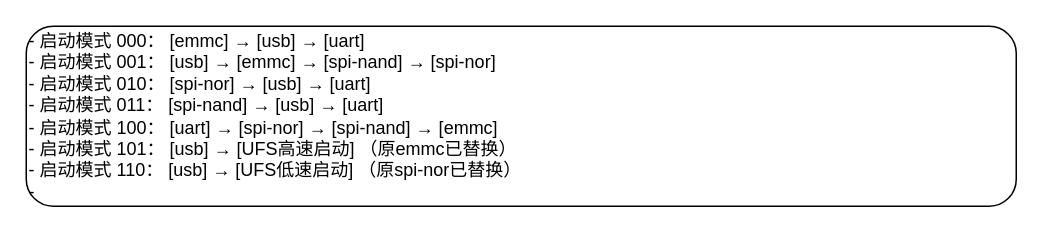
This is UFS启动.drawio from wdhgit/drawio, a draw.io file, before an edit. Source tidied: cells renumbered, new cells numbered last; positions are measured from the earlier drawing's top-left corner, leaving out a move shared by most shapes. Both pictures are drawn from the tidied source at 150%, with x=0, y=0 at pixel (26, 26).
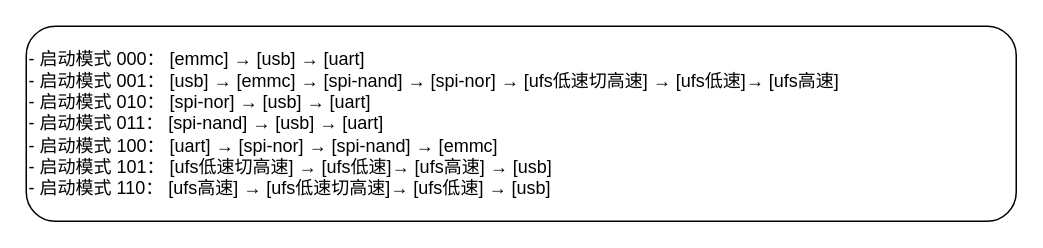
After the change.

What changed in the source:
```diff
@@
 <mxGraphModel>
   <root>
     <mxCell id="0" />
     <mxCell id="1" parent="0" />
-    <mxCell id="2" value="&lt;div&gt;-&amp;nbsp;&lt;span style=&quot;background-color: transparent; color: light-dark(rgb(0, 0, 0), rgb(255, 255, 255));&quot;&gt;启动模式&amp;nbsp;&lt;/span&gt;&lt;span style=&quot;background-color: transparent; color: light-dark(rgb(0, 0, 0), rgb(255, 255, 255));&quot;&gt;000： [emmc] → [usb] → [uart]&lt;/span&gt;&lt;/div&gt;&lt;div&gt;- 启动模式 001： [usb] → [emmc] → [spi-nand] → [spi-nor]&lt;/div&gt;&lt;div&gt;- 启动模式 010： [spi-nor] → [usb] → [uart]&lt;/div&gt;&lt;div&gt;- 启动模式 011： [spi-nand] → [usb] → [uart]&lt;/div&gt;&lt;div&gt;- 启动模式 100： [uart] → [spi-nor] → [spi-nand] → [emmc]&lt;/div&gt;&lt;div&gt;- 启动模式 101： [usb] → [UFS高速启动] （原emmc已替换）&lt;/div&gt;&lt;div&gt;- 启动模式 110： [usb] → [UFS低速启动] （原spi-nor已替换）&lt;/div&gt;&lt;div&gt;-&amp;nbsp;&lt;/div&gt;" style="rounded=1;whiteSpace=wrap;html=1;align=left;" parent="1" vertex="1">
-      <mxGeometry width="660" height="120" as="geometry" />
+    <mxCell id="2" value="&lt;div&gt;-&amp;nbsp;&lt;span style=&quot;background-color: transparent; color: light-dark(rgb(0, 0, 0), rgb(255, 255, 255));&quot;&gt;启动模式&amp;nbsp;&lt;/span&gt;&lt;span style=&quot;background-color: transparent; color: light-dark(rgb(0, 0, 0), rgb(255, 255, 255));&quot;&gt;000： [emmc] → [usb] → [uart]&lt;/span&gt;&lt;/div&gt;&lt;div&gt;- 启动模式 001： [usb] → [emmc] → [spi-nand] → [spi-nor]&amp;nbsp;&lt;span style=&quot;background-color: transparent; color: light-dark(rgb(0, 0, 0), rgb(255, 255, 255));&quot;&gt;→ [ufs低速切高速]&amp;nbsp;&lt;/span&gt;&lt;span style=&quot;background-color: transparent; color: light-dark(rgb(0, 0, 0), rgb(255, 255, 255));&quot;&gt;→ [ufs&lt;/span&gt;低&lt;span style=&quot;background-color: transparent; color: light-dark(rgb(0, 0, 0), rgb(255, 255, 255));&quot;&gt;速]&lt;/span&gt;&lt;span style=&quot;background-color: transparent; color: light-dark(rgb(0, 0, 0), rgb(255, 255, 255));&quot;&gt;→ [ufs高速]&lt;/span&gt;&lt;span style=&quot;background-color: transparent; color: light-dark(rgb(0, 0, 0), rgb(255, 255, 255));&quot;&gt;&amp;nbsp;&lt;/span&gt;&lt;/div&gt;&lt;div&gt;- 启动模式 010： [spi-nor] → [usb] → [uart]&lt;/div&gt;&lt;div&gt;- 启动模式 011： [spi-nand] → [usb] → [uart]&lt;/div&gt;&lt;div&gt;- 启动模式 100： [uart] → [spi-nor] → [spi-nand] → [emmc]&lt;/div&gt;&lt;div&gt;- 启动模式 101： [ufs低速切高速] &lt;span style=&quot;background-color: transparent; color: light-dark(rgb(0, 0, 0), rgb(255, 255, 255));&quot;&gt;→ [ufs&lt;/span&gt;低&lt;span style=&quot;background-color: transparent; color: light-dark(rgb(0, 0, 0), rgb(255, 255, 255));&quot;&gt;速]&lt;/span&gt;&lt;span style=&quot;background-color: transparent; color: light-dark(rgb(0, 0, 0), rgb(255, 255, 255));&quot;&gt;→ [ufs高速]&amp;nbsp;&lt;/span&gt;&lt;span style=&quot;background-color: transparent; color: light-dark(rgb(0, 0, 0), rgb(255, 255, 255));&quot;&gt;→&amp;nbsp;&lt;/span&gt;&lt;span style=&quot;background-color: transparent; color: light-dark(rgb(0, 0, 0), rgb(255, 255, 255));&quot;&gt;[usb]&lt;/span&gt;&lt;/div&gt;&lt;div&gt;- 启动模式 110：&amp;nbsp;&lt;span style=&quot;background-color: transparent; color: light-dark(rgb(0, 0, 0), rgb(255, 255, 255));&quot;&gt;[ufs高速]&lt;/span&gt;&lt;span style=&quot;background-color: transparent; color: light-dark(rgb(0, 0, 0), rgb(255, 255, 255));&quot;&gt; &lt;/span&gt;&lt;span style=&quot;background-color: transparent; color: light-dark(rgb(0, 0, 0), rgb(255, 255, 255));&quot;&gt;→ [ufs&lt;/span&gt;低&lt;span style=&quot;background-color: transparent; color: light-dark(rgb(0, 0, 0), rgb(255, 255, 255));&quot;&gt;速切高速]&lt;/span&gt;&lt;span style=&quot;background-color: transparent; color: light-dark(rgb(0, 0, 0), rgb(255, 255, 255));&quot;&gt;→ [ufs&lt;/span&gt;低&lt;span style=&quot;background-color: transparent; color: light-dark(rgb(0, 0, 0), rgb(255, 255, 255));&quot;&gt;速] &lt;/span&gt;&lt;span style=&quot;background-color: transparent; color: light-dark(rgb(0, 0, 0), rgb(255, 255, 255));&quot;&gt;→ &lt;/span&gt;&lt;span style=&quot;background-color: transparent; color: light-dark(rgb(0, 0, 0), rgb(255, 255, 255));&quot;&gt;[usb]&lt;/span&gt;&lt;/div&gt;" style="rounded=1;whiteSpace=wrap;html=1;align=left;" parent="1" vertex="1">
+      <mxGeometry width="660" height="130" as="geometry" />
     </mxCell>
   </root>
 </mxGraphModel>
```
